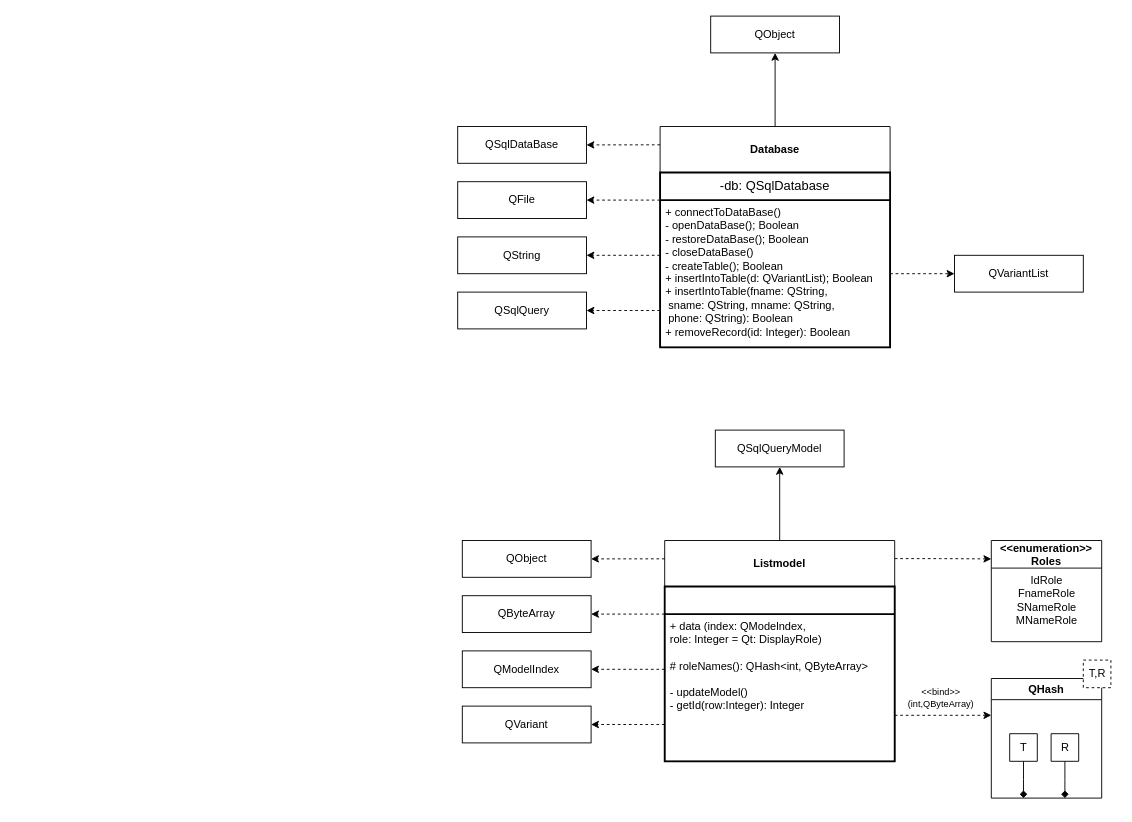
Before: UML-diagrams/lab4.drawio in Craacky/QML_labs, a draw.io diagram. Source tidied: cells renumbered, new cells numbered last; positions are measured from the earlier drawing's top-left corner, leaving out a move shared by most shapes. Both pictures are drawn from the tidied source at 92%, with x=0, y=0 at pixel (457, 16).
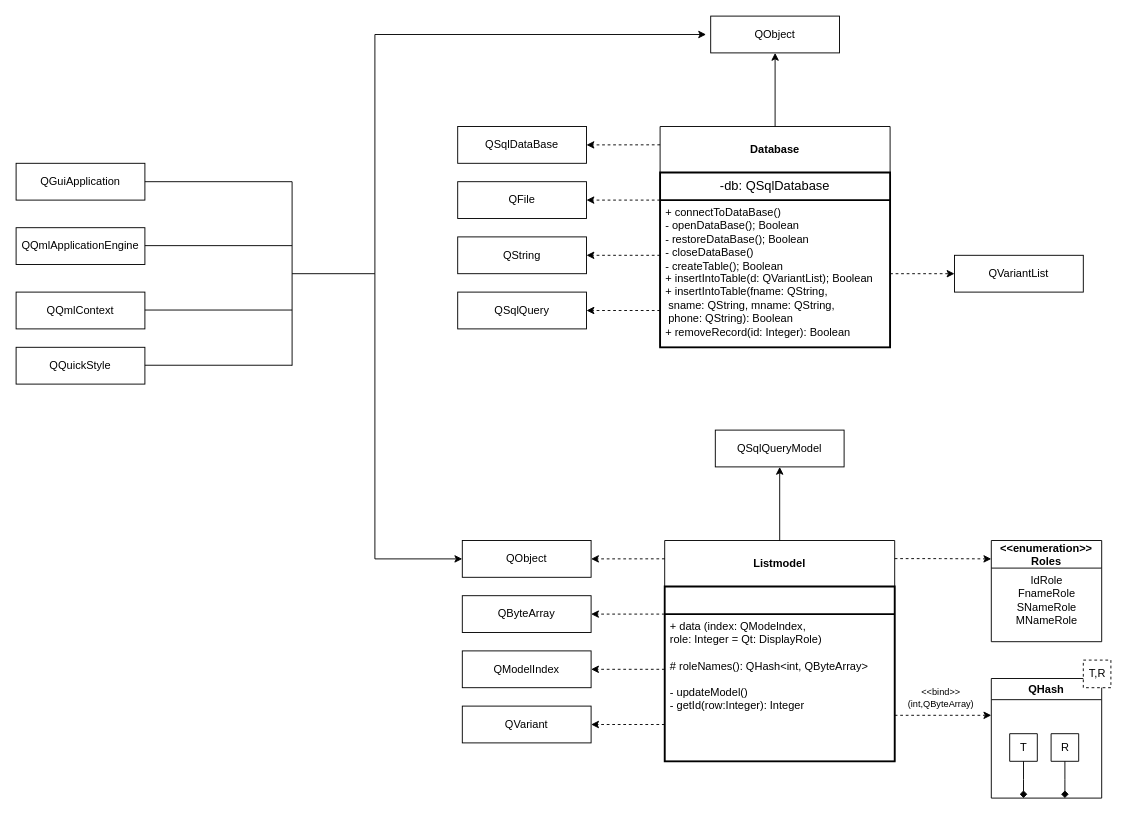
The same diagram, later.

Unchanged cells that the change refers to:
```xml
<mxCell id="23" value="QObject" style="rounded=0;whiteSpace=wrap;html=1;" parent="1" vertex="1">
  <mxGeometry x="5" y="570" width="140" height="40" as="geometry" />
</mxCell>
```

Diff of the diagram source:
```diff
@@
+    <mxCell id="44" value="&lt;span style=&quot;text-align: left;&quot;&gt;QGuiApplication&lt;/span&gt;" style="rounded=0;whiteSpace=wrap;html=1;" parent="1" vertex="1">
+      <mxGeometry x="-480" y="160" width="140" height="40" as="geometry" />
+    </mxCell>
+    <mxCell id="45" value="&lt;span style=&quot;text-align: left;&quot;&gt;QQuickStyle&lt;/span&gt;" style="rounded=0;whiteSpace=wrap;html=1;" parent="1" vertex="1">
+      <mxGeometry x="-480" y="360" width="140" height="40" as="geometry" />
+    </mxCell>
+    <mxCell id="46" value="&lt;span style=&quot;text-align: left;&quot;&gt;QQmlContext&lt;/span&gt;" style="rounded=0;whiteSpace=wrap;html=1;" parent="1" vertex="1">
+      <mxGeometry x="-480" y="300" width="140" height="40" as="geometry" />
+    </mxCell>
+    <mxCell id="47" value="&lt;span style=&quot;text-align: left;&quot;&gt;QQmlApplicationEngine&lt;/span&gt;" style="rounded=0;whiteSpace=wrap;html=1;" parent="1" vertex="1">
+      <mxGeometry x="-480" y="230" width="140" height="40" as="geometry" />
+    </mxCell>
+    <mxCell id="48" style="endArrow=none;html=1;rounded=0;exitX=1;exitY=0.5;exitDx=0;exitDy=0;" parent="1" edge="1" source="44">
+      <mxGeometry relative="1" as="geometry">
+        <mxPoint x="-180" y="180" as="targetPoint" />
+      </mxGeometry>
+    </mxCell>
+    <mxCell id="49" style="endArrow=none;html=1;rounded=0;exitX=1;exitY=0.5;exitDx=0;exitDy=0;" parent="1" edge="1">
+      <mxGeometry relative="1" as="geometry">
+        <mxPoint x="-340" y="249.5" as="sourcePoint" />
+        <mxPoint x="-180" y="249.5" as="targetPoint" />
+      </mxGeometry>
+    </mxCell>
+    <mxCell id="50" style="endArrow=none;html=1;rounded=0;exitX=1;exitY=0.5;exitDx=0;exitDy=0;" parent="1" edge="1">
+      <mxGeometry relative="1" as="geometry">
+        <mxPoint x="-340" y="319.5" as="sourcePoint" />
+        <mxPoint x="-180" y="319.5" as="targetPoint" />
+      </mxGeometry>
+    </mxCell>
+    <mxCell id="51" style="endArrow=none;html=1;rounded=0;exitX=1;exitY=0.5;exitDx=0;exitDy=0;" parent="1" edge="1">
+      <mxGeometry relative="1" as="geometry">
+        <mxPoint x="-340" y="379.5" as="sourcePoint" />
+        <mxPoint x="-180" y="379.5" as="targetPoint" />
+      </mxGeometry>
+    </mxCell>
+    <mxCell id="52" style="endArrow=none;html=1;rounded=0;" parent="1" edge="1">
+      <mxGeometry relative="1" as="geometry">
+        <mxPoint x="-180" y="380" as="sourcePoint" />
+        <mxPoint x="-180" y="180" as="targetPoint" />
+      </mxGeometry>
+    </mxCell>
+    <mxCell id="53" style="endArrow=classic;html=1;rounded=0;edgeStyle=orthogonalEdgeStyle;" parent="1" edge="1">
+      <mxGeometry relative="1" as="geometry">
+        <mxPoint x="-180" y="280" as="sourcePoint" />
+        <mxPoint x="270" y="20" as="targetPoint" />
+        <Array as="points">
+          <mxPoint x="-90" y="280" />
+          <mxPoint x="-90" y="20" />
+        </Array>
+      </mxGeometry>
+    </mxCell>
+    <mxCell id="54" style="endArrow=none;html=1;rounded=0;" parent="1" edge="1">
+      <mxGeometry relative="1" as="geometry">
+        <mxPoint x="-90" y="590" as="sourcePoint" />
+        <mxPoint x="-90" y="280" as="targetPoint" />
+      </mxGeometry>
+    </mxCell>
+    <mxCell id="55" style="endArrow=classic;html=1;rounded=0;entryX=0;entryY=0.5;entryDx=0;entryDy=0;" parent="1" edge="1" target="23">
+      <mxGeometry relative="1" as="geometry">
+        <mxPoint x="-90" y="590" as="sourcePoint" />
+      </mxGeometry>
+    </mxCell>
```
